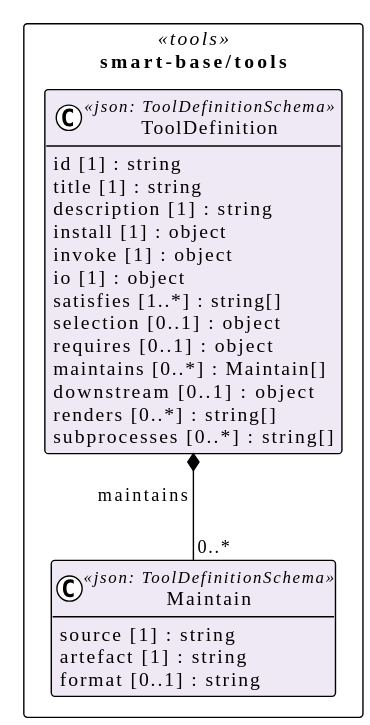
This is assets/img/uml/overview/smart-base/tools.svg from litlfred/smart-trust, a PlantUML export, as it was before one commit.
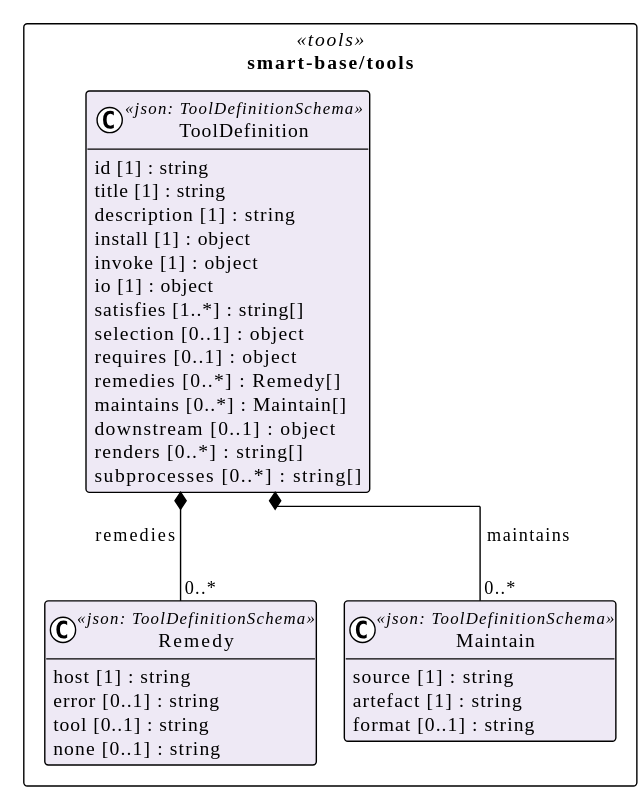
Later version of the same file.

Change to the diagram source:
```diff
@@ -7,6 +7,12 @@
 hide empty methods
 
 package "smart-base/tools" as pkg_smart_base_tools <<tools>> {
+  class "Remedy" as smart_base_tools_Remedy <<json: ToolDefinitionSchema>> #eee9f5 {
+    host [1] : string
+    error [0..1] : string
+    tool [0..1] : string
+    none [0..1] : string
+  }
   class "Maintain" as smart_base_tools_Maintain <<json: ToolDefinitionSchema>> #eee9f5 {
     source [1] : string
     artefact [1] : string
@@ -22,6 +28,7 @@
     satisfies [1..*] : string[]
     selection [0..1] : object
     requires [0..1] : object
+    remedies [0..*] : Remedy[]
     maintains [0..*] : Maintain[]
     downstream [0..1] : object
     renders [0..*] : string[]
@@ -29,5 +36,6 @@
   }
 }
 
+smart_base_tools_ToolDefinition *-- "0..*" smart_base_tools_Remedy : remedies
 smart_base_tools_ToolDefinition *-- "0..*" smart_base_tools_Maintain : maintains
 @enduml
```
